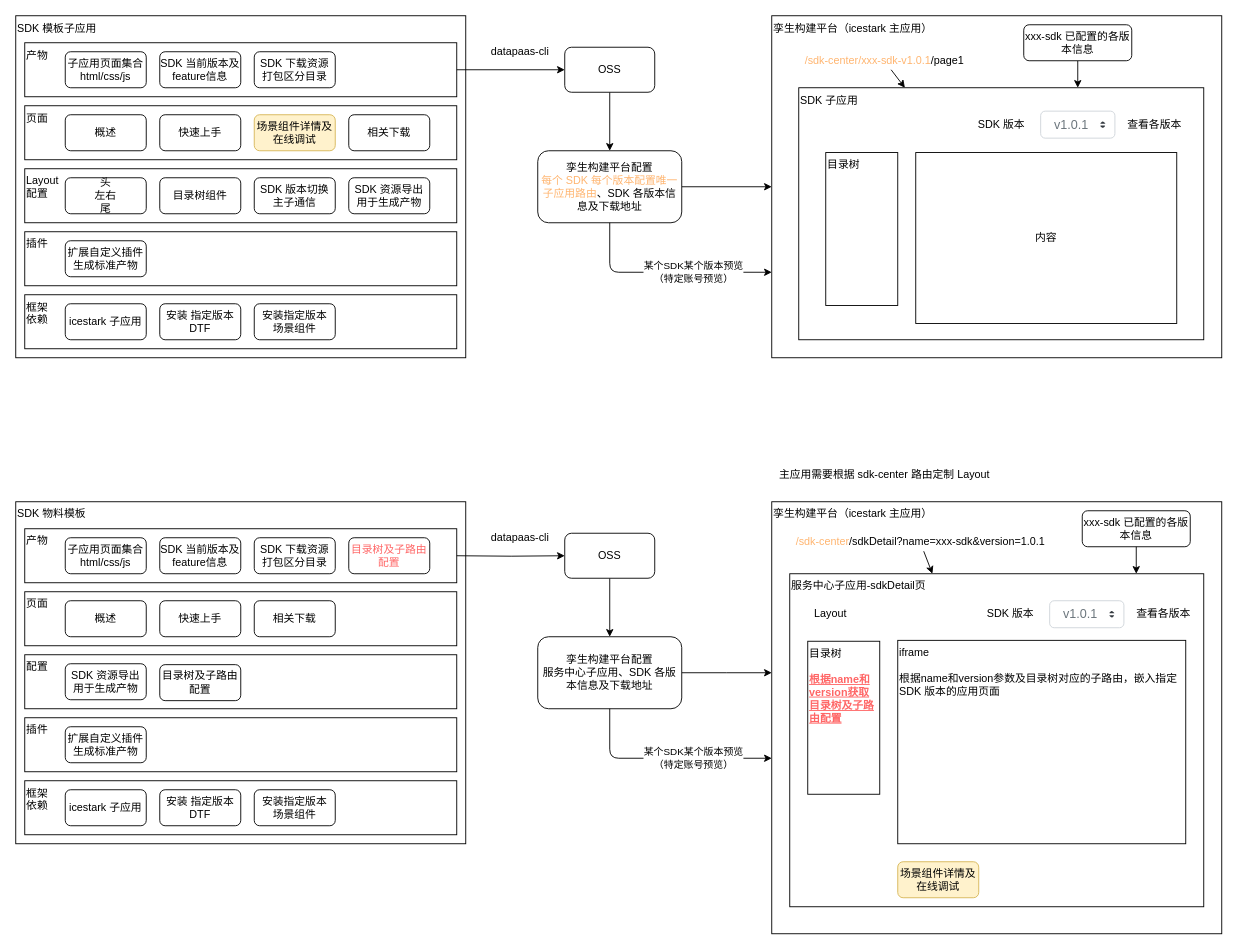
The draw.io diagram page "孪生服务中心-SDK设计" (4 of 4) of 场景库.drawio in xiazhiqiang/diagrams, before the edit. Source tidied: cells renumbered, new cells numbered last; positions are measured from the earlier drawing's top-left corner, leaving out a move shared by most shapes. Both pictures are drawn from the tidied source at 90%, with x=0, y=0 at pixel (15, 15).
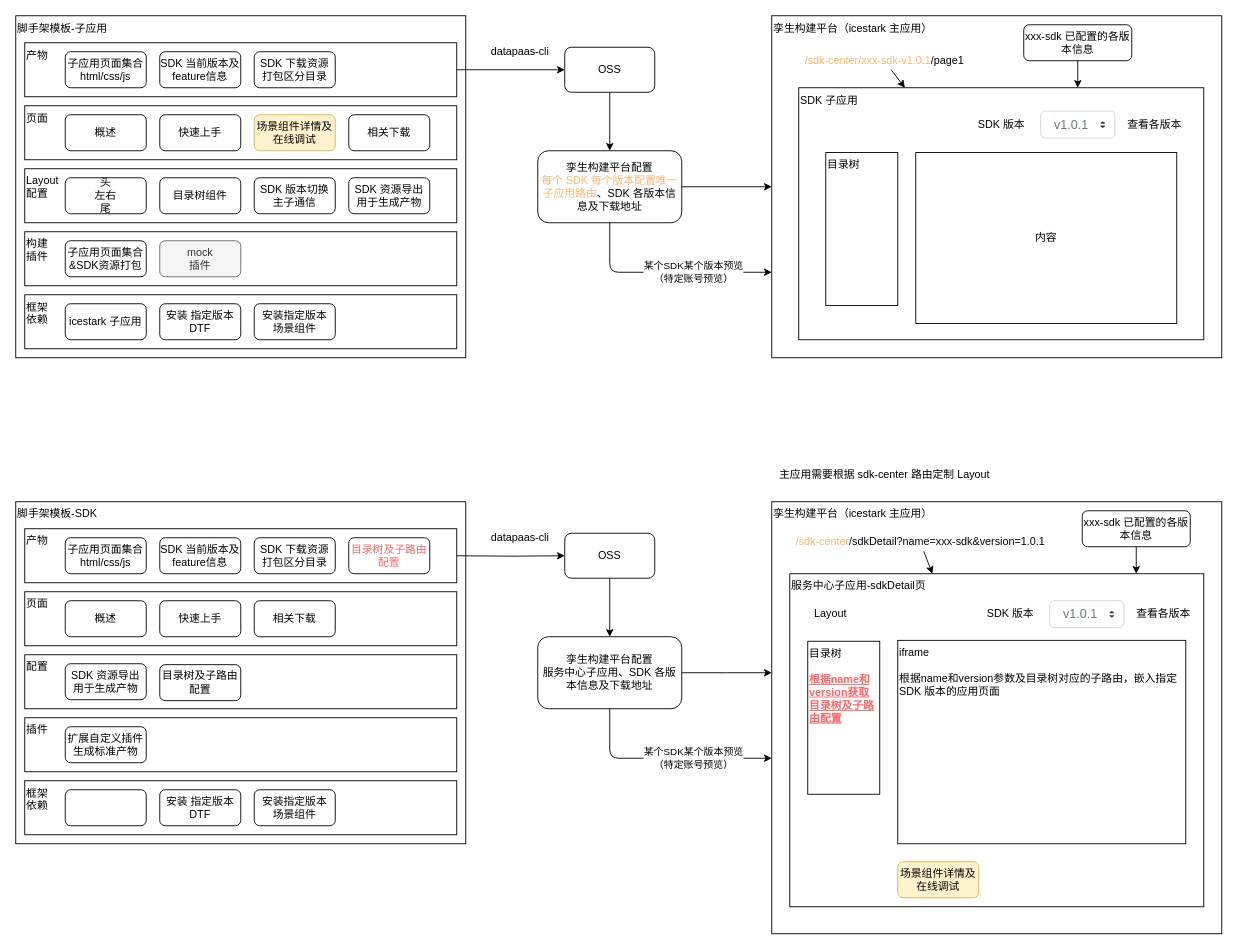
The same diagram, later.

Commit message:
更新场景库.drawio

Change to the diagram source:
```diff
@@
-    <mxCell id="2" value="SDK 模板子应用" style="rounded=0;whiteSpace=wrap;html=1;align=left;verticalAlign=top;" parent="1" vertex="1">
+    <mxCell id="2" value="脚手架模板-子应用" style="rounded=0;whiteSpace=wrap;html=1;align=left;verticalAlign=top;" parent="1" vertex="1">
       <mxGeometry width="500" height="380" as="geometry" />
     </mxCell>
@@
-    <mxCell id="5" value="插件" style="rounded=0;whiteSpace=wrap;html=1;align=left;verticalAlign=top;" parent="1" vertex="1">
+    <mxCell id="5" value="构建&lt;br&gt;插件" style="rounded=0;whiteSpace=wrap;html=1;align=left;verticalAlign=top;" parent="1" vertex="1">
       <mxGeometry x="10" y="240" width="480" height="60" as="geometry" />
     </mxCell>
-    <mxCell id="6" value="扩展自定义插件&lt;br&gt;生成标准产物" style="rounded=1;whiteSpace=wrap;html=1;" parent="1" vertex="1">
+    <mxCell id="6" value="子应用页面集合&amp;amp;SDK资源打包" style="rounded=1;whiteSpace=wrap;html=1;" parent="1" vertex="1">
       <mxGeometry x="55" y="250" width="90" height="40" as="geometry" />
     </mxCell>
@@
-    <mxCell id="43" value="SDK 物料模板" style="rounded=0;whiteSpace=wrap;html=1;align=left;verticalAlign=top;" parent="1" vertex="1">
+    <mxCell id="43" value="脚手架模板-SDK" style="rounded=0;whiteSpace=wrap;html=1;align=left;verticalAlign=top;" parent="1" vertex="1">
       <mxGeometry y="540" width="500" height="380" as="geometry" />
     </mxCell>
@@
-    <mxCell id="45" value="icestark 子应用" style="rounded=1;whiteSpace=wrap;html=1;" parent="1" vertex="1">
+    <mxCell id="45" style="rounded=1;whiteSpace=wrap;html=1;" parent="1" vertex="1">
       <mxGeometry x="55" y="860" width="90" height="40" as="geometry" />
     </mxCell>
@@
+    <mxCell id="87" value="mock&lt;br&gt;插件" style="rounded=1;whiteSpace=wrap;html=1;fillColor=#f5f5f5;strokeColor=#666666;fontColor=#333333;" parent="1" vertex="1">
+      <mxGeometry x="160" y="250" width="90" height="40" as="geometry" />
+    </mxCell>
```
